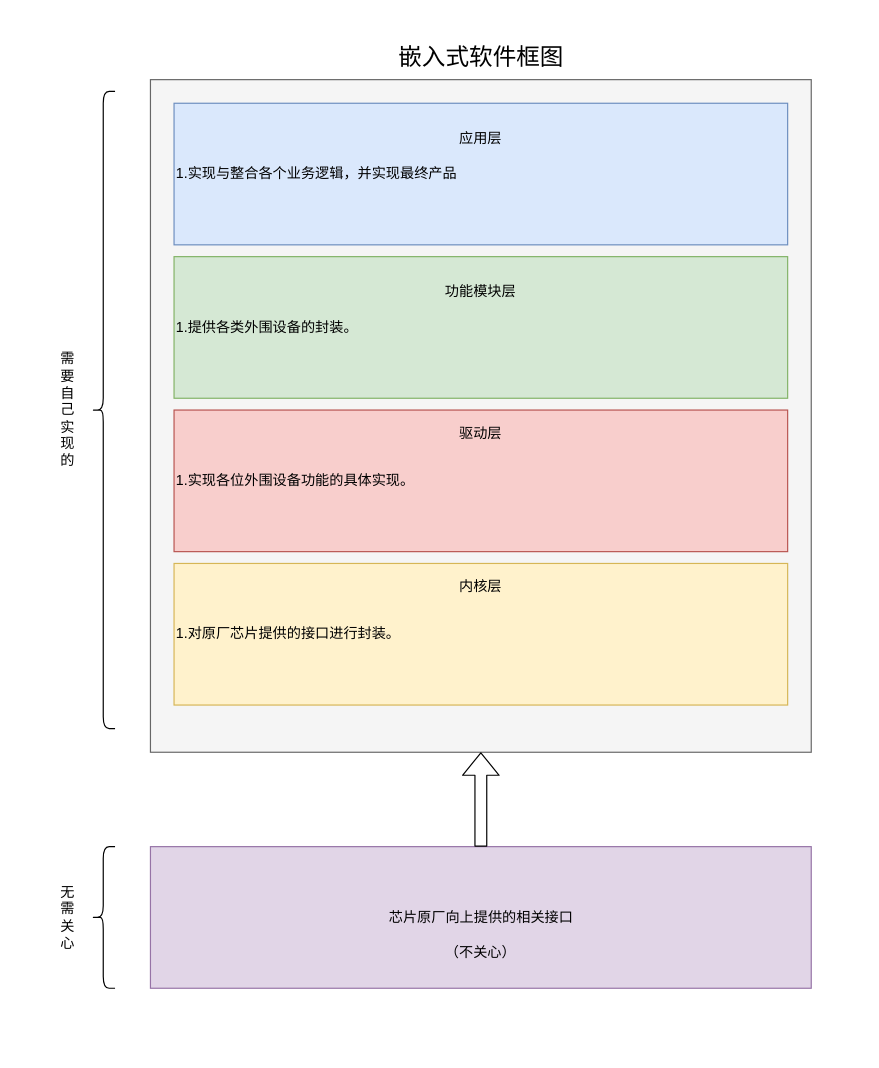
Above: 图片.drawio in simplemethane/Software-layered-idea (draw.io), before the change. Source tidied: cells renumbered, new cells numbered last; positions are measured from the earlier drawing's top-left corner, leaving out a move shared by most shapes. Both pictures are drawn from the tidied source at 118%, with x=0, y=0 at pixel (55, 44).
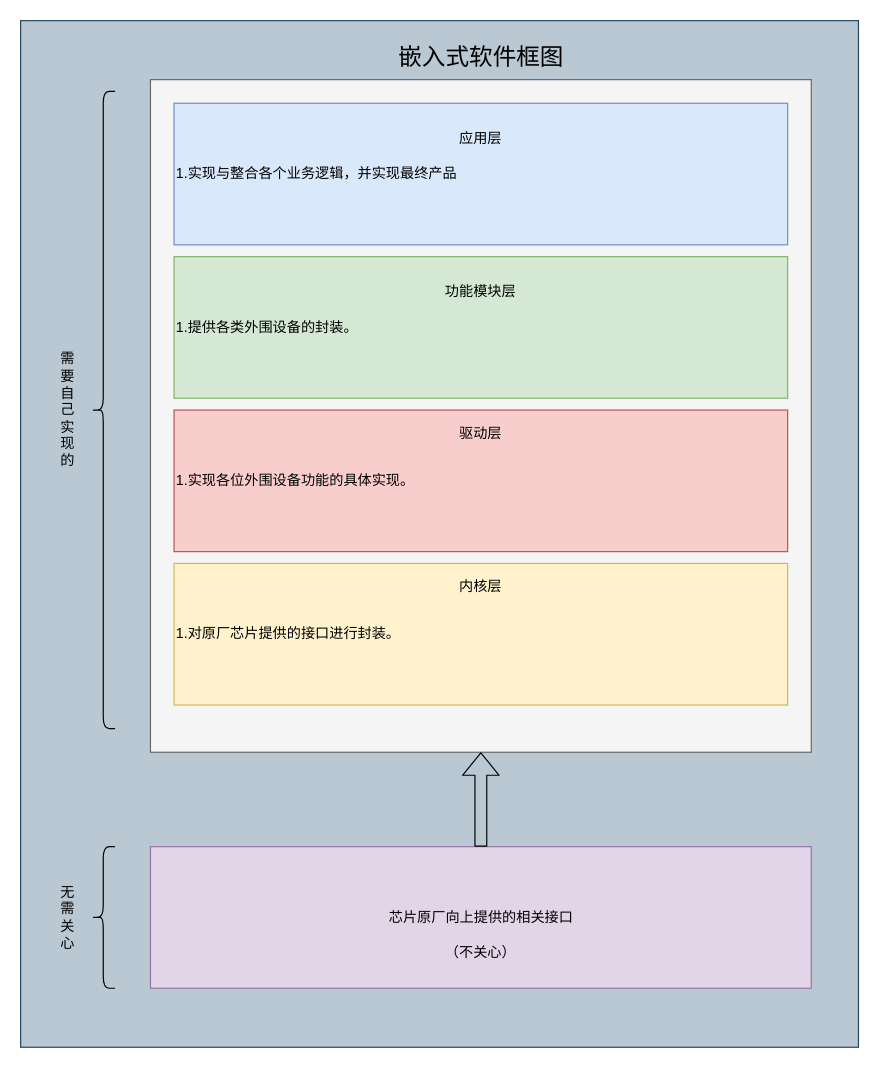
The same diagram, later.

Change to the diagram source:
```diff
@@
+    <mxCell id="20" style="rounded=0;whiteSpace=wrap;html=1;fillColor=#bac8d3;strokeColor=#23445d;" parent="1" vertex="1">
+      <mxGeometry x="-30" y="-20" width="710" height="870" as="geometry" />
+    </mxCell>
```
